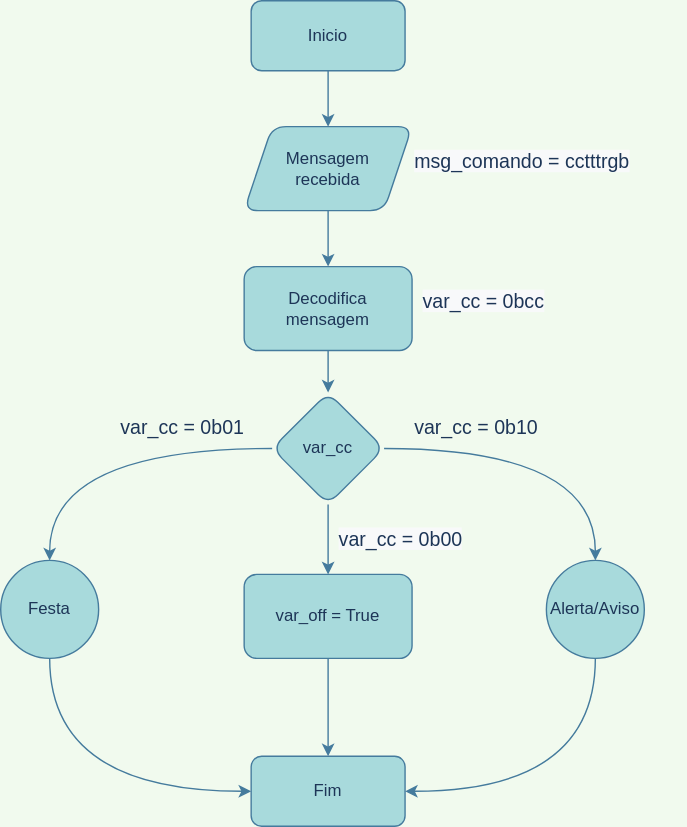
Before: 2022.2/smart_bangle/alg_sem_fio.drawio.svg, a diagram exported from draw.io (teaching-FEEC/ea075). Source tidied: cells renumbered, new cells last; positions are measured from the earlier drawing's top-left corner, leaving out a move shared by most shapes.
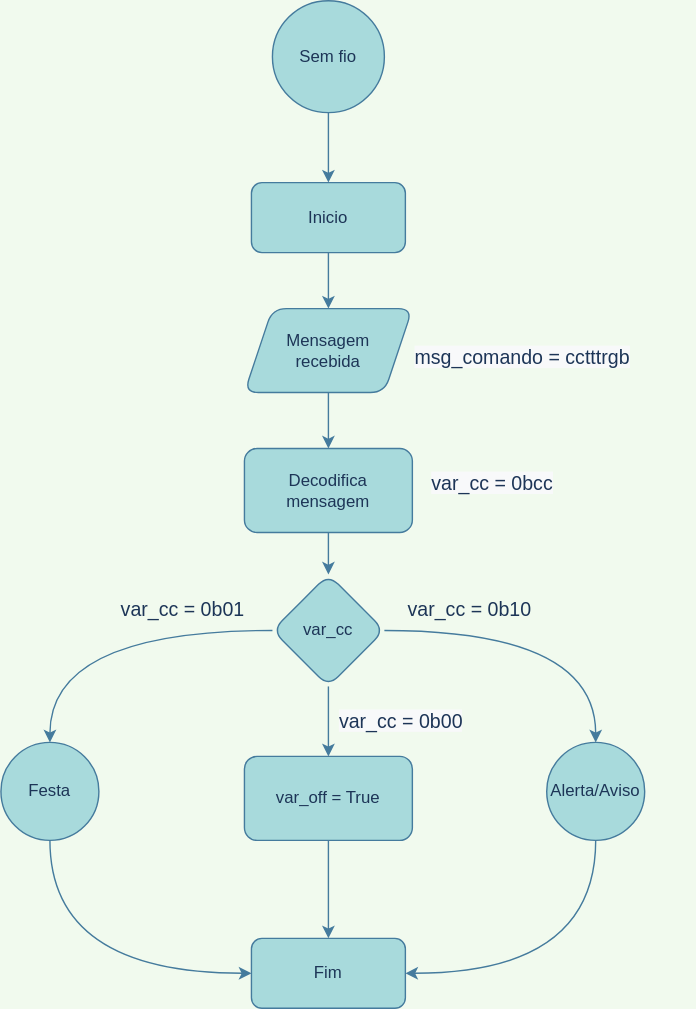
Above is the later version.

Diff of the diagram source:
```diff
@@ -56,10 +56,10 @@
       <mxGeometry x="179" y="540" width="110" height="50" as="geometry" />
     </mxCell>
     <mxCell id="17" value="&lt;span style=&quot;color: rgb(29, 53, 87); font-family: Helvetica; font-size: 14px; font-style: normal; font-variant-ligatures: normal; font-variant-caps: normal; font-weight: 400; letter-spacing: normal; orphans: 2; text-align: center; text-indent: 0px; text-transform: none; widows: 2; word-spacing: 0px; -webkit-text-stroke-width: 0px; background-color: rgb(248, 249, 250); text-decoration-thickness: initial; text-decoration-style: initial; text-decoration-color: initial; float: none; display: inline !important;&quot;&gt;msg_comando = cctttrgb&lt;/span&gt;" style="text;whiteSpace=wrap;html=1;fontColor=#1D3557;rounded=1;" parent="1" vertex="1">
-      <mxGeometry x="294" y="100" width="190" height="40" as="geometry" />
+      <mxGeometry x="294" y="110" width="190" height="40" as="geometry" />
     </mxCell>
     <mxCell id="18" value="&lt;span style=&quot;color: rgb(29, 53, 87); font-family: Helvetica; font-size: 14px; font-style: normal; font-variant-ligatures: normal; font-variant-caps: normal; font-weight: 400; letter-spacing: normal; orphans: 2; text-align: center; text-indent: 0px; text-transform: none; widows: 2; word-spacing: 0px; -webkit-text-stroke-width: 0px; background-color: rgb(248, 249, 250); text-decoration-thickness: initial; text-decoration-style: initial; text-decoration-color: initial; float: none; display: inline !important;&quot;&gt;var_cc = 0bcc&lt;/span&gt;" style="text;whiteSpace=wrap;html=1;fontColor=#1D3557;rounded=1;" parent="1" vertex="1">
-      <mxGeometry x="300" y="200" width="190" height="40" as="geometry" />
+      <mxGeometry x="306" y="200" width="190" height="40" as="geometry" />
     </mxCell>
     <mxCell id="19" style="edgeStyle=orthogonalEdgeStyle;curved=1;rounded=0;jettySize=auto;html=1;entryX=0.5;entryY=0;entryDx=0;entryDy=0;strokeColor=#457B9D;fontColor=#1D3557;fillColor=#A8DADC;" parent="1" edge="1" source="20" target="16">
       <mxGeometry relative="1" as="geometry" />
@@ -74,7 +74,13 @@
       <mxGeometry x="84" y="290" width="110" height="30" as="geometry" />
     </mxCell>
     <mxCell id="23" value="&lt;div style=&quot;text-align: center;&quot;&gt;&lt;span style=&quot;background-color: initial; font-size: 14px;&quot;&gt;var_cc = 0b10&lt;/span&gt;&lt;/div&gt;" style="text;whiteSpace=wrap;html=1;fontColor=#1D3557;rounded=1;" parent="1" vertex="1">
-      <mxGeometry x="294" y="290" width="190" height="40" as="geometry" />
+      <mxGeometry x="289" y="290" width="190" height="40" as="geometry" />
     </mxCell>
+    <mxCell id="24" style="edgeStyle=orthogonalEdgeStyle;curved=1;rounded=0;jettySize=auto;html=1;entryX=0.5;entryY=0;entryDx=0;entryDy=0;strokeColor=#457B9D;fontColor=#1D3557;fillColor=#A8DADC;" parent="1" edge="1" source="25" target="3">
+      <mxGeometry relative="1" as="geometry" />
+    </mxCell>
+    <mxCell id="25" value="Sem fio" style="ellipse;whiteSpace=wrap;html=1;strokeColor=#457B9D;fontColor=#1D3557;fillColor=#A8DADC;" parent="1" vertex="1">
+      <mxGeometry x="194" y="-130" width="80" height="80" as="geometry" />
+    </mxCell>
   </root>
 </mxGraphModel>
```
